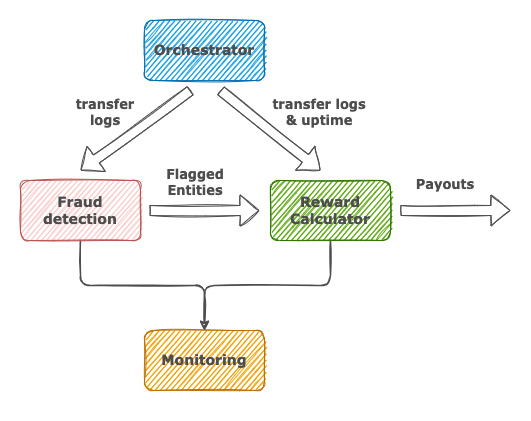
This is saturn-aliens/reports/images/treasury_diag.drawio.png from protocol/cel-retrieval, a draw.io export, as it was before one commit. Source tidied: cells renumbered, new cells last; positions are measured from the earlier drawing's top-left corner, leaving out a move shared by most shapes. Its diagram source:
```xml
<mxGraphModel>
  <root>
    <mxCell id="0" />
    <mxCell id="1" parent="0" />
    <mxCell id="2" style="rounded=0;whiteSpace=wrap;html=1;strokeColor=none;fillColor=#FFFFFF;" parent="1" vertex="1">
      <mxGeometry width="530" height="420" as="geometry" />
    </mxCell>
    <mxCell id="3" value="&lt;h3&gt;&lt;font face=&quot;Verdana&quot; color=&quot;#4D4D4D&quot;&gt;Monitoring&lt;/font&gt;&lt;/h3&gt;" style="rounded=1;whiteSpace=wrap;html=1;shadow=0;sketch=1;glass=0;fillStyle=hachure;fillColor=#f0a30a;strokeColor=#BD7000;fontColor=#000000;" parent="1" vertex="1">
      <mxGeometry x="144" y="330" width="120" height="60" as="geometry" />
    </mxCell>
    <mxCell id="4" style="edgeStyle=orthogonalEdgeStyle;rounded=1;jettySize=auto;html=1;exitX=0.5;exitY=1;exitDx=0;exitDy=0;fontFamily=Verdana;fontSize=15;fontColor=#4D4D4D;strokeWidth=1.5;jumpStyle=none;sketch=1;strokeColor=#4D4D4D;" parent="1" edge="1" source="11" target="3">
      <mxGeometry relative="1" as="geometry" />
    </mxCell>
    <mxCell id="5" style="edgeStyle=orthogonalEdgeStyle;rounded=1;jettySize=auto;html=1;exitX=0.5;exitY=1;exitDx=0;exitDy=0;fontFamily=Verdana;fontSize=15;fontColor=#4D4D4D;entryX=0.5;entryY=0;entryDx=0;entryDy=0;strokeWidth=1.5;jumpStyle=none;sketch=1;strokeColor=#4D4D4D;" parent="1" edge="1" source="6" target="3">
      <mxGeometry relative="1" as="geometry" />
    </mxCell>
    <mxCell id="6" value="&lt;h3&gt;&lt;font face=&quot;Verdana&quot; color=&quot;#4D4D4D&quot;&gt;Reward Calculator&lt;/font&gt;&lt;/h3&gt;" style="rounded=1;whiteSpace=wrap;html=1;shadow=0;sketch=1;glass=0;fillStyle=hachure;fillColor=#60a917;strokeColor=#2D7600;fontColor=#ffffff;" parent="1" vertex="1">
      <mxGeometry x="270" y="180" width="120" height="60" as="geometry" />
    </mxCell>
    <mxCell id="7" style="shape=flexArrow;endArrow=classic;html=1;rounded=1;fontFamily=Verdana;fontColor=#4D4D4D;sketch=1;shadow=0;strokeColor=#4D4D4D;" parent="1" edge="1">
      <mxGeometry relative="1" as="geometry">
        <mxPoint x="400" y="210" as="sourcePoint" />
        <mxPoint x="510" y="210" as="targetPoint" />
      </mxGeometry>
    </mxCell>
    <mxCell id="8" style="shape=flexArrow;endArrow=classic;html=1;rounded=1;fontFamily=Verdana;fontColor=#4D4D4D;sketch=1;shadow=0;strokeColor=#4D4D4D;" parent="1" edge="1">
      <mxGeometry relative="1" as="geometry">
        <mxPoint x="190" y="90" as="sourcePoint" />
        <mxPoint x="80" y="170" as="targetPoint" />
      </mxGeometry>
    </mxCell>
    <mxCell id="9" value="&lt;div style=&quot;font-size: 13px;&quot;&gt;&lt;font style=&quot;font-size: 13px;&quot;&gt;transfer logs&lt;/font&gt;&lt;/div&gt;" style="text;whiteSpace=wrap;html=1;fontSize=13;fontFamily=Verdana;fontColor=#4D4D4D;fontStyle=1;align=center;" parent="1" vertex="1">
      <mxGeometry x="70" y="90" width="70" height="40" as="geometry" />
    </mxCell>
    <mxCell id="10" value="Payouts" style="text;whiteSpace=wrap;html=1;fontSize=13;fontFamily=Verdana;fontColor=#4D4D4D;fontStyle=1;align=center;" parent="1" vertex="1">
      <mxGeometry x="400" y="170" width="90" height="40" as="geometry" />
    </mxCell>
    <mxCell id="11" value="&lt;h3&gt;&lt;font face=&quot;Verdana&quot; color=&quot;#4D4D4D&quot;&gt;Fraud detection&lt;/font&gt;&lt;/h3&gt;" style="rounded=1;whiteSpace=wrap;html=1;shadow=0;sketch=1;glass=0;fillStyle=hachure;fillColor=#f8cecc;strokeColor=#b85450;" parent="1" vertex="1">
      <mxGeometry x="20" y="180" width="120" height="60" as="geometry" />
    </mxCell>
    <mxCell id="12" style="shape=flexArrow;endArrow=classic;html=1;rounded=1;fontFamily=Verdana;fontColor=#4D4D4D;sketch=1;shadow=0;strokeColor=#4D4D4D;" parent="1" edge="1">
      <mxGeometry relative="1" as="geometry">
        <mxPoint x="220" y="90" as="sourcePoint" />
        <mxPoint x="320" y="170" as="targetPoint" />
      </mxGeometry>
    </mxCell>
    <mxCell id="13" style="shape=flexArrow;endArrow=classic;html=1;rounded=1;fontFamily=Verdana;fontColor=#4D4D4D;sketch=1;shadow=0;strokeColor=#4D4D4D;" parent="1" edge="1">
      <mxGeometry relative="1" as="geometry">
        <mxPoint x="149" y="210" as="sourcePoint" />
        <mxPoint x="259" y="210" as="targetPoint" />
      </mxGeometry>
    </mxCell>
    <mxCell id="14" value="Flagged Entities" style="text;whiteSpace=wrap;html=1;fontSize=13;fontFamily=Verdana;fontColor=#4D4D4D;fontStyle=1;align=center;" parent="1" vertex="1">
      <mxGeometry x="150" y="160" width="90" height="40" as="geometry" />
    </mxCell>
    <mxCell id="15" value="&lt;h3&gt;&lt;font face=&quot;Verdana&quot; color=&quot;#4D4D4D&quot;&gt;Orchestrator&lt;/font&gt;&lt;/h3&gt;" style="rounded=1;whiteSpace=wrap;html=1;shadow=0;sketch=1;glass=0;fillStyle=hachure;fillColor=#1ba1e2;strokeColor=#006EAF;fontColor=#ffffff;" parent="1" vertex="1">
      <mxGeometry x="144" y="20" width="120" height="60" as="geometry" />
    </mxCell>
    <mxCell id="16" value="&lt;div style=&quot;font-size: 13px;&quot;&gt;&lt;font style=&quot;font-size: 13px;&quot;&gt;transfer logs &amp;amp; uptime&lt;br&gt;&lt;/font&gt;&lt;/div&gt;" style="text;whiteSpace=wrap;html=1;fontSize=13;fontFamily=Verdana;fontColor=#4D4D4D;fontStyle=1;align=center;" parent="1" vertex="1">
      <mxGeometry x="264" y="90" width="110" height="40" as="geometry" />
    </mxCell>
  </root>
</mxGraphModel>
```
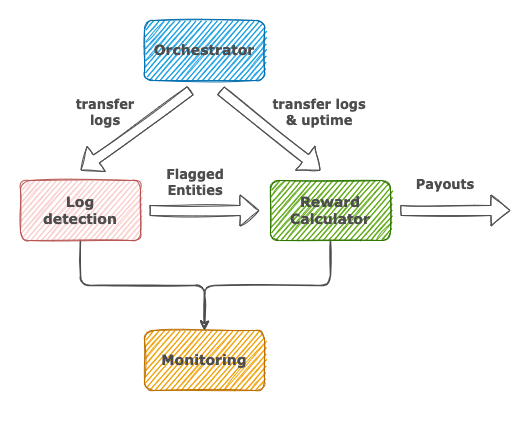
The same file after the commit.

What changed in the source:
```diff
@@ -35,7 +35,7 @@
     <mxCell id="10" value="Payouts" style="text;whiteSpace=wrap;html=1;fontSize=13;fontFamily=Verdana;fontColor=#4D4D4D;fontStyle=1;align=center;" parent="1" vertex="1">
       <mxGeometry x="400" y="170" width="90" height="40" as="geometry" />
     </mxCell>
-    <mxCell id="11" value="&lt;h3&gt;&lt;font face=&quot;Verdana&quot; color=&quot;#4D4D4D&quot;&gt;Fraud detection&lt;/font&gt;&lt;/h3&gt;" style="rounded=1;whiteSpace=wrap;html=1;shadow=0;sketch=1;glass=0;fillStyle=hachure;fillColor=#f8cecc;strokeColor=#b85450;" parent="1" vertex="1">
+    <mxCell id="11" value="&lt;h3&gt;&lt;font face=&quot;Verdana&quot; color=&quot;#4D4D4D&quot;&gt;&amp;nbsp; &amp;nbsp;Log&amp;nbsp; &amp;nbsp; detection&lt;/font&gt;&lt;/h3&gt;" style="rounded=1;whiteSpace=wrap;html=1;shadow=0;sketch=1;glass=0;fillStyle=hachure;fillColor=#f8cecc;strokeColor=#b85450;" parent="1" vertex="1">
       <mxGeometry x="20" y="180" width="120" height="60" as="geometry" />
     </mxCell>
     <mxCell id="12" style="shape=flexArrow;endArrow=classic;html=1;rounded=1;fontFamily=Verdana;fontColor=#4D4D4D;sketch=1;shadow=0;strokeColor=#4D4D4D;" parent="1" edge="1">
```
